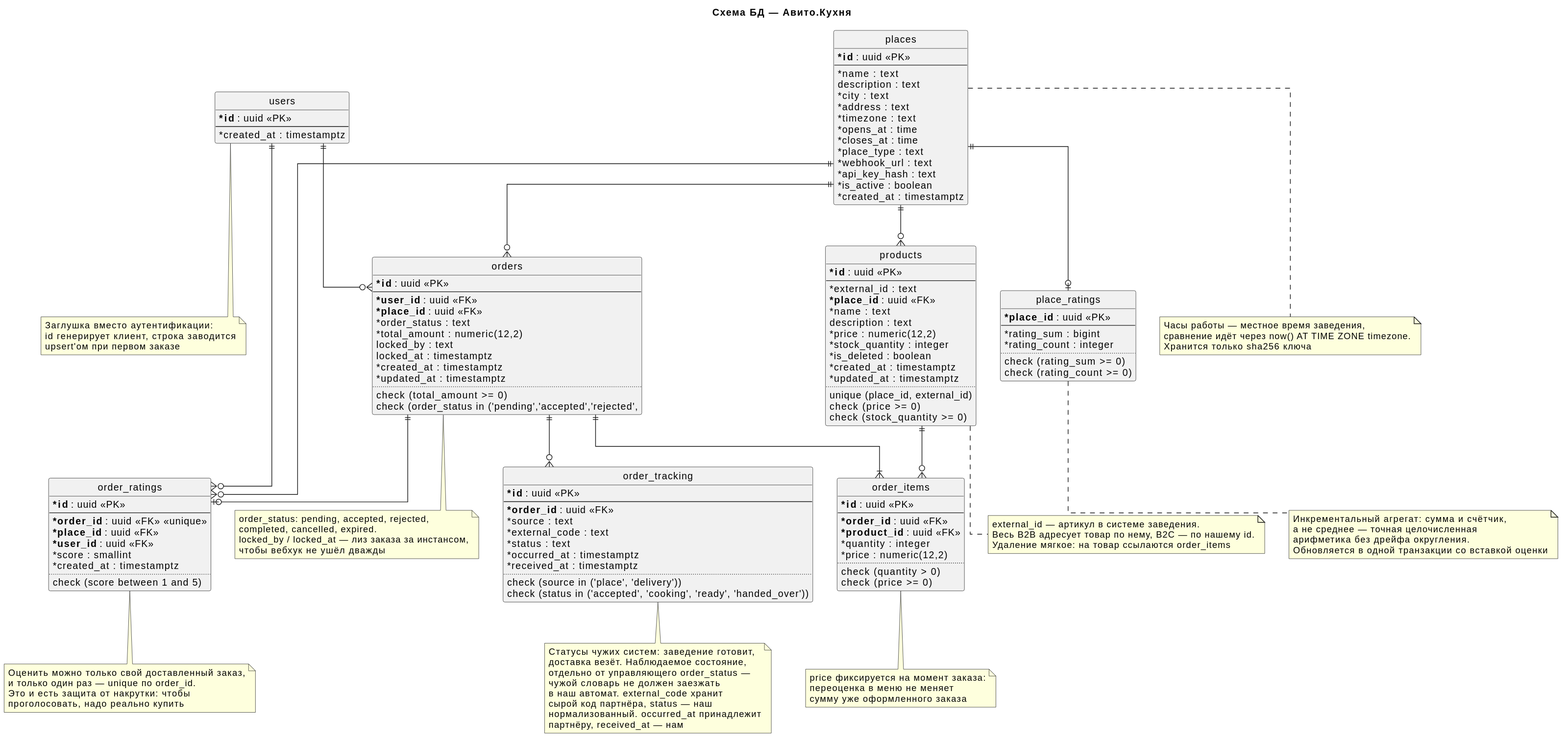
Krovenmor/avito-backend-trainee-assignment-autumn-2026 keeps this PlantUML diagram as docs/diagrams/db-schema.svg. Above is the earlier version. Its diagram source:
```plantuml
@startuml
title Схема БД — Авито.Кухня

hide circle
skinparam linetype ortho
skinparam classAttributeIconSize 0

entity users {
  * **id** : uuid <<PK>>
  --
  * created_at : timestamptz
}
note bottom of users
  Заглушка вместо аутентификации:
  id генерирует клиент, строка заводится
  upsert'ом при первом заказе
end note

entity places {
  * **id** : uuid <<PK>>
  --
  * name : text
  description : text
  * city : text
  * address : text
  * timezone : text
  * opens_at : time
  * closes_at : time
  * place_type : text
  * webhook_url : text
  * api_key_hash : text
  * is_active : boolean
  * created_at : timestamptz
}
note bottom of places
  Часы работы — местное время заведения,
  сравнение идёт через now() AT TIME ZONE timezone.
  Хранится только sha256 ключа
end note

entity products {
  * **id** : uuid <<PK>>
  --
  * external_id : text
  * **place_id** : uuid <<FK>>
  * name : text
  description : text
  * price : numeric(12,2)
  * stock_quantity : integer
  * is_deleted : boolean
  * created_at : timestamptz
  * updated_at : timestamptz
  ..
  unique (place_id, external_id)
  check (price >= 0)
  check (stock_quantity >= 0)
}
note bottom of products
  external_id — артикул в системе заведения.
  Весь B2B адресует товар по нему, B2C — по нашему id.
  Удаление мягкое: на товар ссылаются order_items
end note

entity orders {
  * **id** : uuid <<PK>>
  --
  * **user_id** : uuid <<FK>>
  * **place_id** : uuid <<FK>>
  * order_status : text
  * total_amount : numeric(12,2)
  locked_by : text
  locked_at : timestamptz
  * created_at : timestamptz
  * updated_at : timestamptz
  ..
  check (total_amount >= 0)
  check (order_status in ('pending','accepted','rejected',
}
note bottom of orders
  order_status: pending, accepted, rejected,
  completed, cancelled, expired.
  locked_by / locked_at — лиз заказа за инстансом,
  чтобы вебхук не ушёл дважды
end note

entity order_items {
  * **id** : uuid <<PK>>
  --
  * **order_id** : uuid <<FK>>
  * **product_id** : uuid <<FK>>
  * quantity : integer
  * price : numeric(12,2)
  ..
  check (quantity > 0)
  check (price >= 0)
}
note bottom of order_items
  price фиксируется на момент заказа:
  переоценка в меню не меняет
  сумму уже оформленного заказа
end note

entity order_ratings {
  * **id** : uuid <<PK>>
  --
  * **order_id** : uuid <<FK>> <<unique>>
  * **place_id** : uuid <<FK>>
  * **user_id** : uuid <<FK>>
  * score : smallint
  * created_at : timestamptz
  ..
  check (score between 1 and 5)
}
note bottom of order_ratings
  Оценить можно только свой доставленный заказ,
  и только один раз — unique по order_id.
  Это и есть защита от накрутки: чтобы
  проголосовать, надо реально купить
end note

entity place_ratings {
  * **place_id** : uuid <<PK>>
  --
  * rating_sum : bigint
  * rating_count : integer
  ..
  check (rating_sum >= 0)
  check (rating_count >= 0)
}
note bottom of place_ratings
  Инкрементальный агрегат: сумма и счётчик,
  а не среднее — точная целочисленная
  арифметика без дрейфа округления.
  Обновляется в одной транзакции со вставкой оценки
end note

entity order_tracking {
  * **id** : uuid <<PK>>
  --
  * **order_id** : uuid <<FK>>
  * source : text
  * external_code : text
  * status : text
  * occurred_at : timestamptz
  * received_at : timestamptz
  ..
  check (source in ('place', 'delivery'))
  check (status in ('accepted', 'cooking', 'ready', 'handed_over'))
}
note bottom of order_tracking
  Статусы чужих систем: заведение готовит,
  доставка везёт. Наблюдаемое состояние,
  отдельно от управляющего order_status —
  чужой словарь не должен заезжать
  в наш автомат. external_code хранит
  сырой код партнёра, status — наш
  нормализованный. occurred_at принадлежит
  партнёру, received_at — нам
end note

users ||--o{ orders
places ||--o{ orders
places ||--o{ products
orders ||--|{ order_items
products ||--o{ order_items
orders ||--o| order_ratings
users ||--o{ order_ratings
places ||--o{ order_ratings
places ||--o| place_ratings
orders ||--o{ order_tracking
@enduml
```
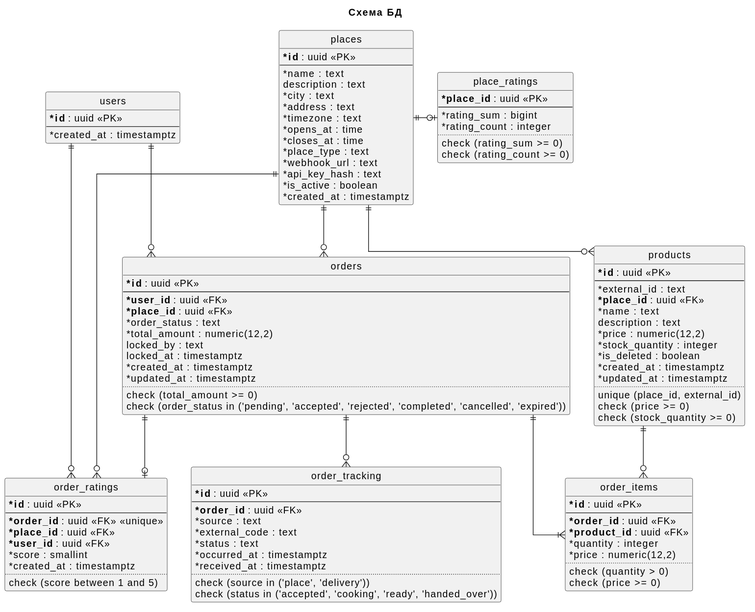
Later version of the same file.

The edit, as a diff of the source:
```diff
@@ -1,5 +1,5 @@
 @startuml
-title Схема БД — Авито.Кухня
+title Схема БД
 
 hide circle
 skinparam linetype ortho
@@ -10,11 +10,48 @@
   --
   * created_at : timestamptz
 }
-note bottom of users
-  Заглушка вместо аутентификации:
-  id генерирует клиент, строка заводится
-  upsert'ом при первом заказе
-end note
+
+entity orders {
+  * **id** : uuid <<PK>>
+  --
+  * **user_id** : uuid <<FK>>
+  * **place_id** : uuid <<FK>>
+  * order_status : text
+  * total_amount : numeric(12,2)
+  locked_by : text
+  locked_at : timestamptz
+  * created_at : timestamptz
+  * updated_at : timestamptz
+  ..
+  check (total_amount >= 0)
+  check (order_status in ('pending', 'accepted', 'rejected', 'completed', 'cancelled', 'expired'))
+}
+
+entity order_tracking {
+  * **id** : uuid <<PK>>
+  --
+  * **order_id** : uuid <<FK>>
+  * source : text
+  * external_code : text
+  * status : text
+  * occurred_at : timestamptz
+  * received_at : timestamptz
+  ..
+  check (source in ('place', 'delivery'))
+  check (status in ('accepted', 'cooking', 'ready', 'handed_over'))
+}
+
+entity order_ratings {
+  * **id** : uuid <<PK>>
+  --
+  * **order_id** : uuid <<FK>> <<unique>>
+  * **place_id** : uuid <<FK>>
+  * **user_id** : uuid <<FK>>
+  * score : smallint
+  * created_at : timestamptz
+  ..
+  check (score between 1 and 5)
+}
 
 entity places {
   * **id** : uuid <<PK>>
@@ -32,11 +69,16 @@
   * is_active : boolean
   * created_at : timestamptz
 }
-note bottom of places
-  Часы работы — местное время заведения,
-  сравнение идёт через now() AT TIME ZONE timezone.
-  Хранится только sha256 ключа
-end note
+
+entity place_ratings {
+  * **place_id** : uuid <<PK>>
+  --
+  * rating_sum : bigint
+  * rating_count : integer
+  ..
+  check (rating_sum >= 0)
+  check (rating_count >= 0)
+}
 
 entity products {
   * **id** : uuid <<PK>>
@@ -55,33 +97,6 @@
   check (price >= 0)
   check (stock_quantity >= 0)
 }
-note bottom of products
-  external_id — артикул в системе заведения.
-  Весь B2B адресует товар по нему, B2C — по нашему id.
-  Удаление мягкое: на товар ссылаются order_items
-end note
-
-entity orders {
-  * **id** : uuid <<PK>>
-  --
-  * **user_id** : uuid <<FK>>
-  * **place_id** : uuid <<FK>>
-  * order_status : text
-  * total_amount : numeric(12,2)
-  locked_by : text
-  locked_at : timestamptz
-  * created_at : timestamptz
-  * updated_at : timestamptz
-  ..
-  check (total_amount >= 0)
-  check (order_status in ('pending','accepted','rejected',
-}
-note bottom of orders
-  order_status: pending, accepted, rejected,
-  completed, cancelled, expired.
-  locked_by / locked_at — лиз заказа за инстансом,
-  чтобы вебхук не ушёл дважды
-end note
 
 entity order_items {
   * **id** : uuid <<PK>>
@@ -94,78 +109,15 @@
   check (quantity > 0)
   check (price >= 0)
 }
-note bottom of order_items
-  price фиксируется на момент заказа:
-  переоценка в меню не меняет
-  сумму уже оформленного заказа
-end note
 
-entity order_ratings {
-  * **id** : uuid <<PK>>
-  --
-  * **order_id** : uuid <<FK>> <<unique>>
-  * **place_id** : uuid <<FK>>
-  * **user_id** : uuid <<FK>>
-  * score : smallint
-  * created_at : timestamptz
-  ..
-  check (score between 1 and 5)
-}
-note bottom of order_ratings
-  Оценить можно только свой доставленный заказ,
-  и только один раз — unique по order_id.
-  Это и есть защита от накрутки: чтобы
-  проголосовать, надо реально купить
-end note
-
-entity place_ratings {
-  * **place_id** : uuid <<PK>>
-  --
-  * rating_sum : bigint
-  * rating_count : integer
-  ..
-  check (rating_sum >= 0)
-  check (rating_count >= 0)
-}
-note bottom of place_ratings
-  Инкрементальный агрегат: сумма и счётчик,
-  а не среднее — точная целочисленная
-  арифметика без дрейфа округления.
-  Обновляется в одной транзакции со вставкой оценки
-end note
-
-entity order_tracking {
-  * **id** : uuid <<PK>>
-  --
-  * **order_id** : uuid <<FK>>
-  * source : text
-  * external_code : text
-  * status : text
-  * occurred_at : timestamptz
-  * received_at : timestamptz
-  ..
-  check (source in ('place', 'delivery'))
-  check (status in ('accepted', 'cooking', 'ready', 'handed_over'))
-}
-note bottom of order_tracking
-  Статусы чужих систем: заведение готовит,
-  доставка везёт. Наблюдаемое состояние,
-  отдельно от управляющего order_status —
-  чужой словарь не должен заезжать
-  в наш автомат. external_code хранит
-  сырой код партнёра, status — наш
-  нормализованный. occurred_at принадлежит
-  партнёру, received_at — нам
-end note
-
-users ||--o{ orders
+users ||-d-o{ orders
+places ||-r-o| place_ratings
+places ||-d-o{ products
 places ||--o{ orders
-places ||--o{ products
-orders ||--|{ order_items
-products ||--o{ order_items
-orders ||--o| order_ratings
+orders ||-d-o{ order_tracking
+orders ||-d-o| order_ratings
 users ||--o{ order_ratings
 places ||--o{ order_ratings
-places ||--o| place_ratings
-orders ||--o{ order_tracking
+orders ||--|{ order_items
+products ||-d-o{ order_items
 @enduml
```
